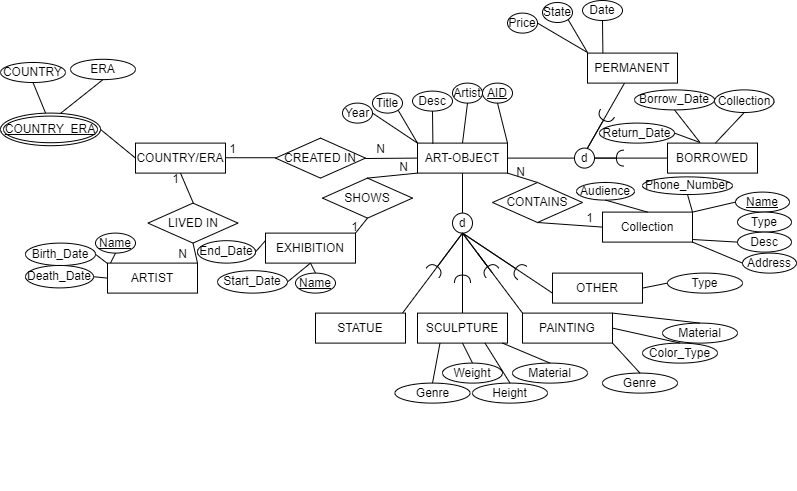
Above: EER2.drawio.png in SoroushBeigi/Database_IUST (draw.io), before the change. Source tidied: cells renumbered, new cells last; positions are measured from the earlier drawing's top-left corner, leaving out a move shared by most shapes.
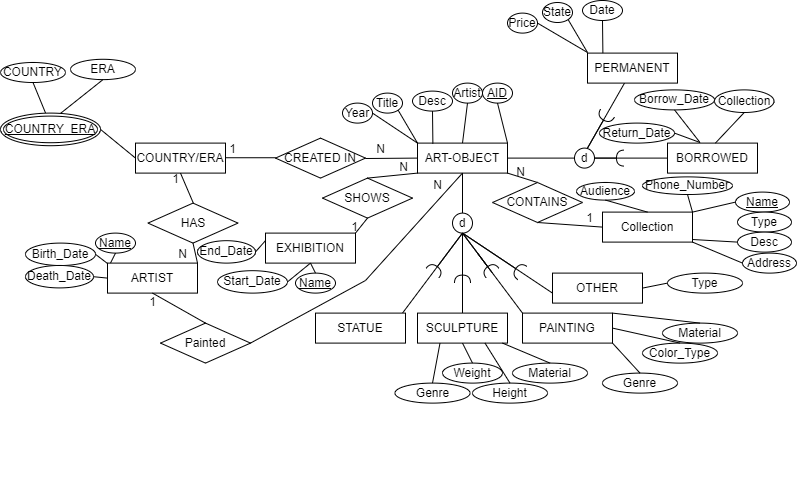
The same diagram one commit later.

Diff of the diagram source:
```diff
@@ -311,7 +311,7 @@
     <mxCell id="82" style="endArrow=none;html=1;rounded=0;exitX=1;exitY=0.5;exitDx=0;exitDy=0;entryX=0;entryY=0.5;entryDx=0;entryDy=0;" parent="1" edge="1" source="81" target="76">
       <mxGeometry relative="1" as="geometry" />
     </mxCell>
-    <mxCell id="83" value="LIVED IN" style="rhombus;whiteSpace=wrap;html=1;" parent="1" vertex="1">
+    <mxCell id="83" value="HAS" style="rhombus;whiteSpace=wrap;html=1;" parent="1" vertex="1">
       <mxGeometry x="147.5" y="202.6" width="90" height="40" as="geometry" />
     </mxCell>
     <mxCell id="84" style="endArrow=none;html=1;rounded=0;entryX=0.5;entryY=1;entryDx=0;entryDy=0;" parent="1" edge="1" target="69">
@@ -426,5 +426,24 @@
     <mxCell id="119" value="&lt;h3&gt;&lt;br&gt;&lt;/h3&gt;" style="text;html=1;align=center;verticalAlign=middle;strokeColor=none;fillColor=none;" parent="1" vertex="1">
       <mxGeometry x="537" y="430" width="20" height="60" as="geometry" />
     </mxCell>
+    <mxCell id="120" value="Painted" style="rhombus;whiteSpace=wrap;html=1;" parent="1" vertex="1">
+      <mxGeometry x="160" y="322.6" width="90" height="40" as="geometry" />
+    </mxCell>
+    <mxCell id="121" style="endArrow=none;html=1;rounded=0;entryX=0.5;entryY=1;entryDx=0;entryDy=0;exitX=0.5;exitY=0;exitDx=0;exitDy=0;" parent="1" edge="1" source="120" target="76">
+      <mxGeometry relative="1" as="geometry" />
+    </mxCell>
+    <mxCell id="122" value="1" style="text;html=1;align=center;verticalAlign=middle;strokeColor=none;fillColor=none;" parent="1" vertex="1">
+      <mxGeometry x="137" y="287.4" width="30" height="30" as="geometry" />
+    </mxCell>
+    <mxCell id="123" style="endArrow=none;html=1;rounded=0;entryX=1;entryY=0.5;entryDx=0;entryDy=0;exitX=0.5;exitY=1;exitDx=0;exitDy=0;" parent="1" edge="1" source="2" target="120">
+      <mxGeometry relative="1" as="geometry">
+        <Array as="points">
+          <mxPoint x="365" y="280" />
+        </Array>
+      </mxGeometry>
+    </mxCell>
+    <mxCell id="124" value="N" style="text;html=1;align=center;verticalAlign=middle;strokeColor=none;fillColor=none;" parent="1" vertex="1">
+      <mxGeometry x="422" y="170.2" width="30" height="30" as="geometry" />
+    </mxCell>
   </root>
 </mxGraphModel>
```
